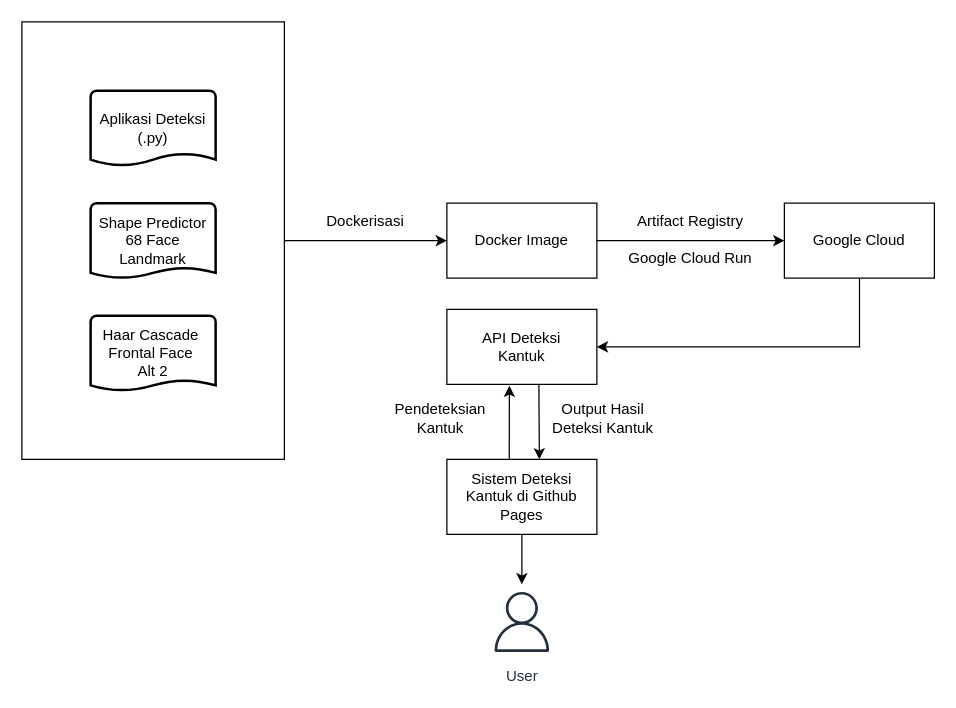
The draw.io diagram Implementasi.drawio in pakkaem/app.diagrams.net-repo, before the edit. Source tidied: cells renumbered, new cells numbered last; positions are measured from the earlier drawing's top-left corner, leaving out a move shared by most shapes. Both pictures are drawn from the tidied source at 125%, with x=0, y=0 at pixel (21, 21).
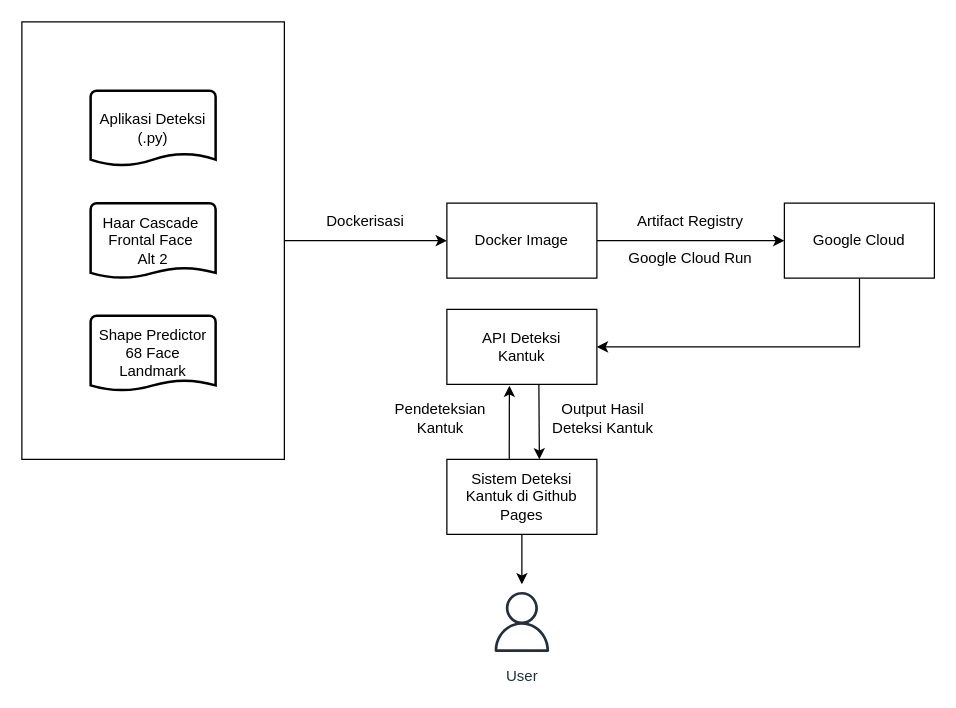
The same diagram, later.

Unchanged cells that the change refers to:
```xml
<mxCell id="15" style="group;" parent="1" vertex="1">
  <mxGeometry width="210" height="350" as="geometry" />
</mxCell>
```

Diff of the diagram source:
```diff
@@
-    <mxCell id="18" value="Shape Predictor 68 Face Landmark" style="strokeWidth=2;html=1;shape=mxgraph.flowchart.document2;whiteSpace=wrap;size=0.13999888102213542;" parent="15" vertex="1">
+    <mxCell id="18" value="Haar Cascade&amp;nbsp;&lt;div&gt;Frontal Face&amp;nbsp;&lt;/div&gt;&lt;div&gt;Alt 2&lt;/div&gt;" style="strokeWidth=2;html=1;shape=mxgraph.flowchart.document2;whiteSpace=wrap;size=0.13999888102213542;" parent="15" vertex="1">
       <mxGeometry x="55" y="145" width="100" height="60" as="geometry" />
     </mxCell>
-    <mxCell id="19" value="Haar Cascade&amp;nbsp;&lt;div&gt;Frontal Face&amp;nbsp;&lt;/div&gt;&lt;div&gt;Alt 2&lt;/div&gt;" style="strokeWidth=2;html=1;shape=mxgraph.flowchart.document2;whiteSpace=wrap;size=0.13999888102213542;" parent="15" vertex="1">
+    <mxCell id="19" value="&lt;div&gt;Shape Predictor 68 Face Landmark&lt;/div&gt;" style="strokeWidth=2;html=1;shape=mxgraph.flowchart.document2;whiteSpace=wrap;size=0.13999888102213542;" parent="15" vertex="1">
       <mxGeometry x="55" y="235" width="100" height="60" as="geometry" />
     </mxCell>
```
